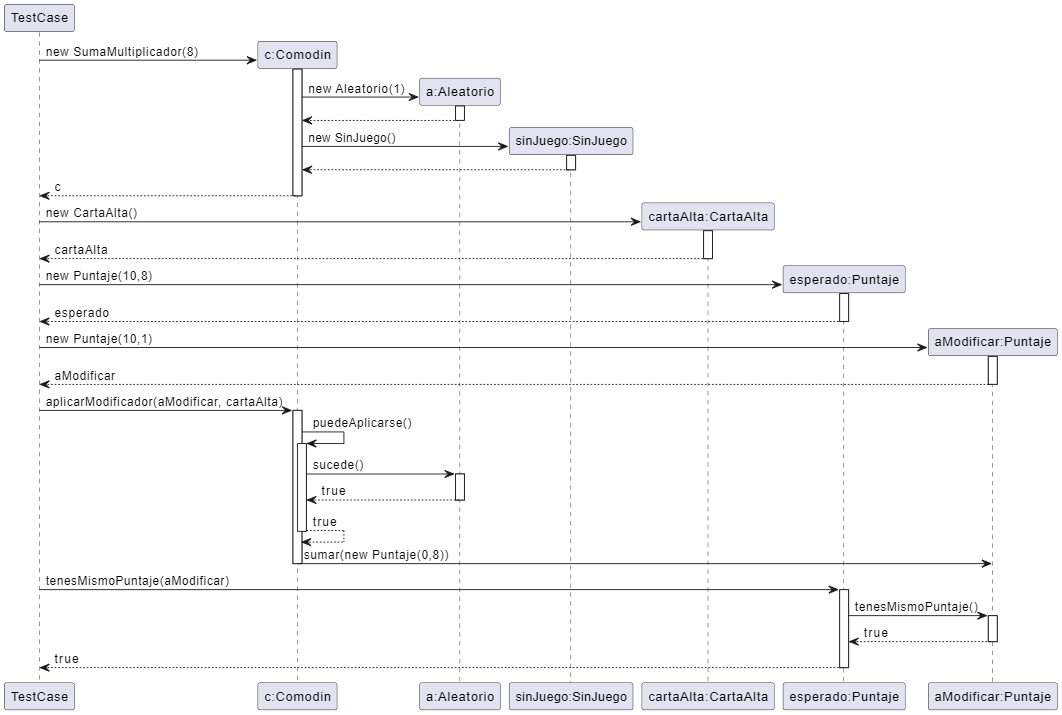
Before: diagrams/sequences/casoDeUso1.png, a diagram exported from PlantUML (facukresta/g06-tp2-2c-2024). Its source is kept beside it as diagrams/sequences/casoDeUso1.puml.
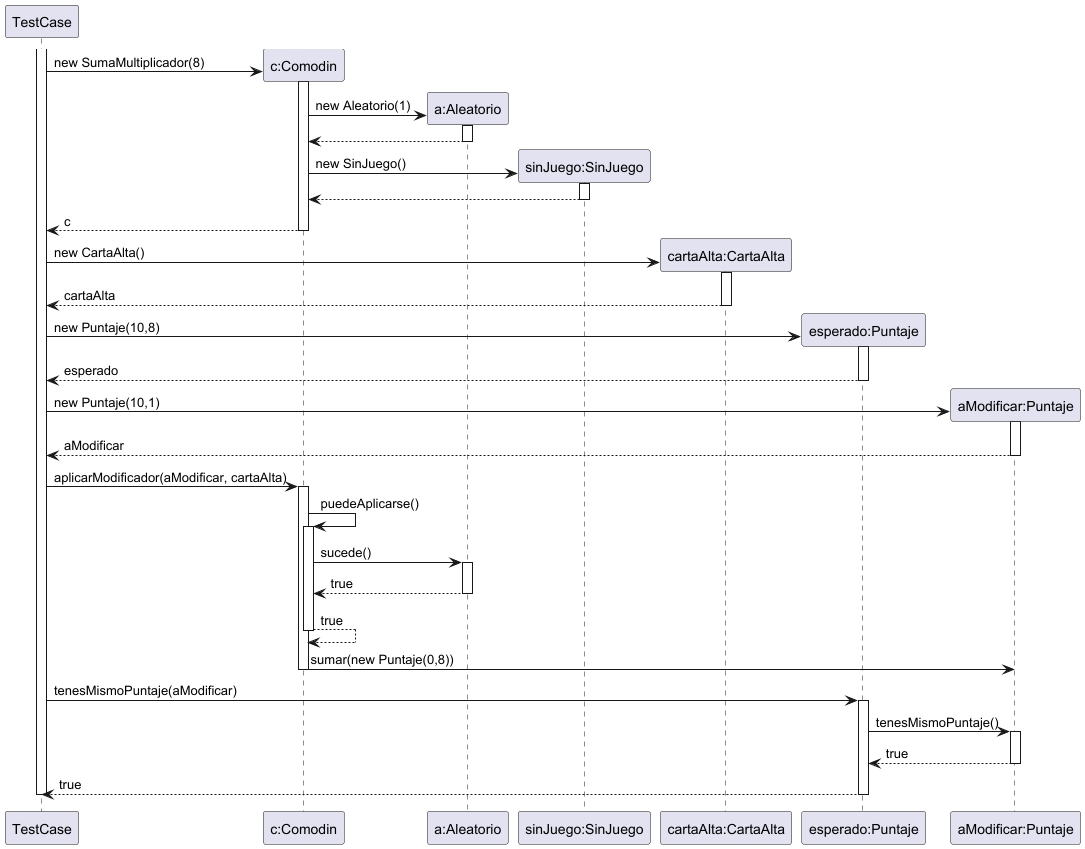
The same diagram one commit later.

The edit, as a diff of the source:
```diff
@@ -1,6 +1,7 @@
 @startuml casoDeUso1
+activate TestCase
+TestCase -> "c:Comodin" as comodin **: new SumaMultiplicador(8)
 
-TestCase -> "c:Comodin" as comodin **: new SumaMultiplicador(8)
 activate comodin
 
 comodin -> "a:Aleatorio" as aleatorio **: new Aleatorio(1)
@@ -52,5 +53,6 @@
 deactivate aModificar
 TestCase <-- esperado :true
 deactivate esperado
+deactivate TestCase
 
 @enduml
```
